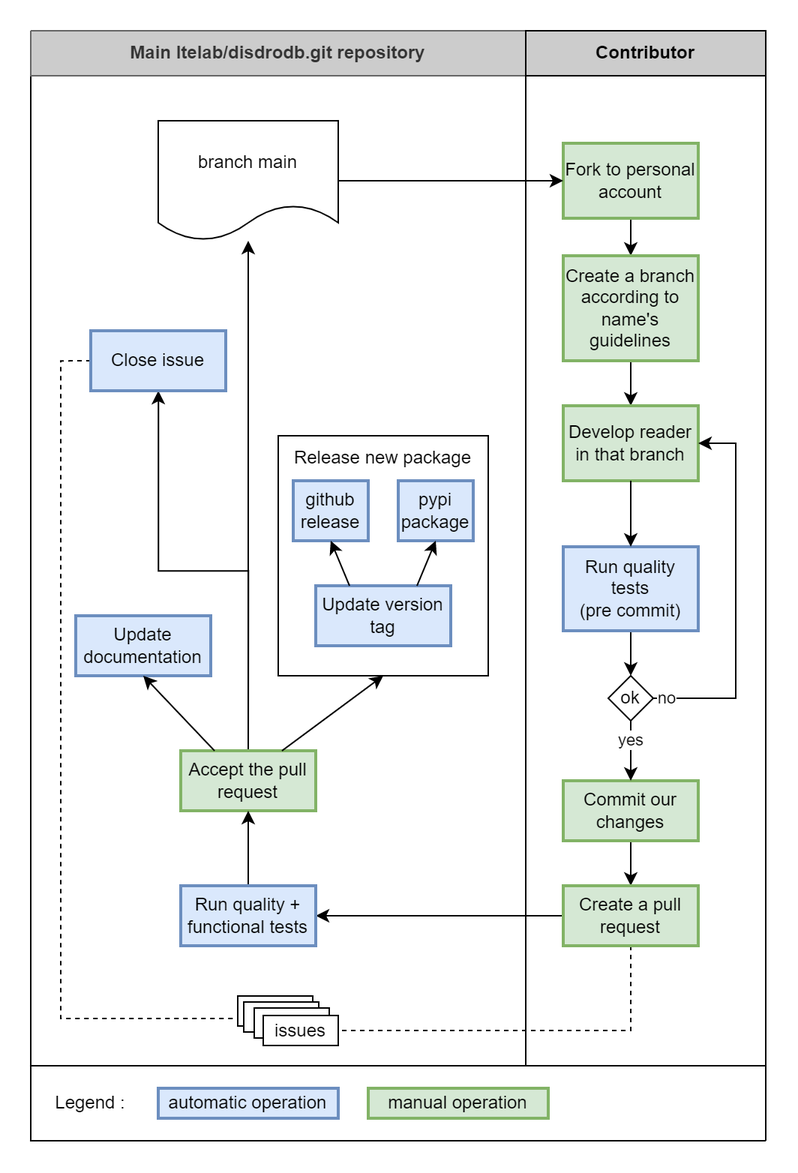
Before: docs/source/static/collaborative_process.png, a diagram exported from draw.io (ltelab/disdrodb). Source tidied: cells renumbered, new cells last; positions are measured from the earlier drawing's top-left corner, leaving out a move shared by most shapes.
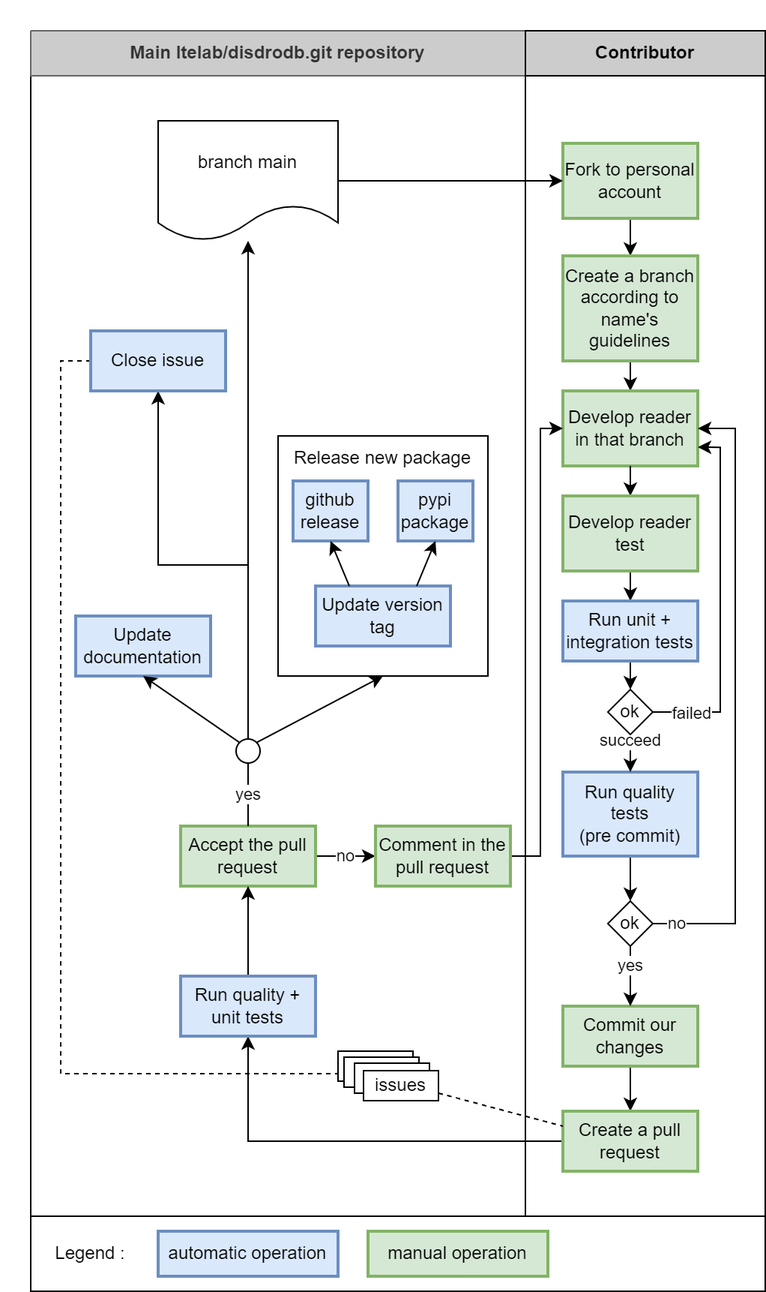
Above is the later version.

Commit message:
:memo: Update documentation ton include test process

The edit, as a diff of the source:
```diff
@@ -3,31 +3,31 @@
     <mxCell id="0" />
     <mxCell id="1" parent="0" />
     <mxCell id="2" style="rounded=0;whiteSpace=wrap;html=1;" parent="1" vertex="1">
-      <mxGeometry x="20" y="710" width="490" height="50" as="geometry" />
+      <mxGeometry x="690" y="830" width="490" height="50" as="geometry" />
     </mxCell>
     <mxCell id="3" style="rounded=0;whiteSpace=wrap;html=1;" parent="1" vertex="1">
-      <mxGeometry x="350" y="50" width="160" height="660" as="geometry" />
+      <mxGeometry x="1020" y="70" width="160" height="760" as="geometry" />
     </mxCell>
     <mxCell id="4" style="rounded=0;whiteSpace=wrap;html=1;" parent="1" vertex="1">
-      <mxGeometry x="20" y="50" width="330" height="660" as="geometry" />
+      <mxGeometry x="690" y="70" width="330" height="760" as="geometry" />
     </mxCell>
     <mxCell id="5" style="rounded=0;whiteSpace=wrap;html=1;" parent="1" vertex="1">
-      <mxGeometry x="185" y="290" width="140" height="160" as="geometry" />
+      <mxGeometry x="855" y="310" width="140" height="160" as="geometry" />
     </mxCell>
     <mxCell id="6" style="edgeStyle=orthogonalEdgeStyle;rounded=0;jettySize=auto;html=1;exitX=0.5;exitY=1;exitDx=0;exitDy=0;entryX=0.5;entryY=0;entryDx=0;entryDy=0;" parent="1" edge="1" source="7" target="13">
       <mxGeometry relative="1" as="geometry" />
     </mxCell>
     <mxCell id="7" value="Fork to personal account" style="rounded=0;whiteSpace=wrap;html=1;absoluteArcSize=1;arcSize=14;strokeWidth=2;fillColor=#d5e8d4;strokeColor=#82b366;" parent="1" vertex="1">
-      <mxGeometry x="375" y="95" width="90" height="50" as="geometry" />
+      <mxGeometry x="1045" y="115" width="90" height="50" as="geometry" />
     </mxCell>
     <mxCell id="8" value="branch main" style="shape=document;whiteSpace=wrap;html=1;boundedLbl=1;rounded=0;" parent="1" vertex="1">
-      <mxGeometry x="105" y="80" width="120" height="80" as="geometry" />
+      <mxGeometry x="775" y="100" width="120" height="80" as="geometry" />
     </mxCell>
     <mxCell id="9" value="&lt;b&gt;Main ltelab/disdrodb.git repository&lt;/b&gt;" style="rounded=0;whiteSpace=wrap;html=1;fillColor=#CCCCCC;fontColor=#333333;strokeColor=#666666;" parent="1" vertex="1">
-      <mxGeometry x="20" y="20" width="330" height="30" as="geometry" />
+      <mxGeometry x="690" y="40" width="330" height="30" as="geometry" />
     </mxCell>
     <mxCell id="10" value="&lt;b&gt;Contributor&lt;/b&gt;" style="rounded=0;whiteSpace=wrap;html=1;fillColor=#CCCCCC;" parent="1" vertex="1">
-      <mxGeometry x="350" y="20" width="160" height="30" as="geometry" />
+      <mxGeometry x="1020" y="40" width="160" height="30" as="geometry" />
     </mxCell>
     <mxCell id="11" style="endArrow=classic;html=1;rounded=0;exitX=1;exitY=0.5;exitDx=0;exitDy=0;entryX=0;entryY=0.5;entryDx=0;entryDy=0;" parent="1" edge="1" source="8" target="7">
       <mxGeometry relative="1" as="geometry" />
@@ -36,72 +36,72 @@
       <mxGeometry relative="1" as="geometry" />
     </mxCell>
     <mxCell id="13" value="Create a branch according to name's guidelines" style="rounded=0;whiteSpace=wrap;html=1;absoluteArcSize=1;arcSize=14;strokeWidth=2;fillColor=#d5e8d4;strokeColor=#82b366;" parent="1" vertex="1">
-      <mxGeometry x="375" y="170" width="90" height="70" as="geometry" />
+      <mxGeometry x="1045" y="190" width="90" height="70" as="geometry" />
     </mxCell>
     <mxCell id="14" value="Develop reader in that branch" style="rounded=0;whiteSpace=wrap;html=1;absoluteArcSize=1;arcSize=14;strokeWidth=2;fillColor=#d5e8d4;strokeColor=#82b366;" parent="1" vertex="1">
-      <mxGeometry x="375" y="270" width="90" height="50" as="geometry" />
+      <mxGeometry x="1045" y="280" width="90" height="50" as="geometry" />
     </mxCell>
-    <mxCell id="15" style="edgeStyle=orthogonalEdgeStyle;rounded=0;jettySize=auto;html=1;exitX=0.5;exitY=1;exitDx=0;exitDy=0;" parent="1" edge="1" source="16" target="19">
+    <mxCell id="15" style="edgeStyle=orthogonalEdgeStyle;rounded=0;jettySize=auto;html=1;exitX=0.5;exitY=1;exitDx=0;exitDy=0;" parent="1" edge="1" source="16" target="18">
       <mxGeometry relative="1" as="geometry" />
     </mxCell>
     <mxCell id="16" value="Commit our changes" style="rounded=0;whiteSpace=wrap;html=1;absoluteArcSize=1;arcSize=14;strokeWidth=2;fillColor=#d5e8d4;strokeColor=#82b366;" parent="1" vertex="1">
-      <mxGeometry x="375" y="520" width="90" height="40" as="geometry" />
+      <mxGeometry x="1045" y="690" width="90" height="40" as="geometry" />
     </mxCell>
-    <mxCell id="17" style="edgeStyle=orthogonalEdgeStyle;rounded=0;jettySize=auto;html=1;exitX=0;exitY=0.5;exitDx=0;exitDy=0;entryX=1;entryY=0.5;entryDx=0;entryDy=0;" parent="1" edge="1" source="19" target="50">
+    <mxCell id="17" style="edgeStyle=orthogonalEdgeStyle;rounded=0;jettySize=auto;html=1;exitX=0;exitY=0.5;exitDx=0;exitDy=0;entryX=0.5;entryY=1;entryDx=0;entryDy=0;" parent="1" edge="1" source="18" target="58">
       <mxGeometry relative="1" as="geometry" />
     </mxCell>
-    <mxCell id="18" style="edgeStyle=orthogonalEdgeStyle;rounded=0;jettySize=auto;html=1;exitX=0.5;exitY=1;exitDx=0;exitDy=0;entryX=1;entryY=0.5;entryDx=0;entryDy=0;endArrow=none;endFill=0;dashed=1;" parent="1" edge="1" source="19" target="44">
-      <mxGeometry relative="1" as="geometry" />
+    <mxCell id="18" value="Create a pull request" style="rounded=0;whiteSpace=wrap;html=1;absoluteArcSize=1;arcSize=14;strokeWidth=2;fillColor=#d5e8d4;strokeColor=#82b366;" parent="1" vertex="1">
+      <mxGeometry x="1045" y="760" width="90" height="40" as="geometry" />
     </mxCell>
-    <mxCell id="19" value="Create a pull request" style="rounded=0;whiteSpace=wrap;html=1;absoluteArcSize=1;arcSize=14;strokeWidth=2;fillColor=#d5e8d4;strokeColor=#82b366;" parent="1" vertex="1">
-      <mxGeometry x="375" y="590" width="90" height="40" as="geometry" />
+    <mxCell id="19" style="edgeStyle=orthogonalEdgeStyle;rounded=0;jettySize=auto;html=1;exitX=0.5;exitY=0;exitDx=0;exitDy=0;" parent="1" edge="1" source="22" target="8">
+      <mxGeometry relative="1" as="geometry" />
     </mxCell>
-    <mxCell id="20" style="edgeStyle=orthogonalEdgeStyle;rounded=0;jettySize=auto;html=1;exitX=0.5;exitY=0;exitDx=0;exitDy=0;" parent="1" edge="1" source="22" target="8">
+    <mxCell id="20" style="edgeStyle=orthogonalEdgeStyle;rounded=0;jettySize=auto;html=1;exitX=0.5;exitY=0;exitDx=0;exitDy=0;startArrow=none;" parent="1" edge="1" source="59" target="47">
       <mxGeometry relative="1" as="geometry" />
     </mxCell>
-    <mxCell id="21" style="edgeStyle=orthogonalEdgeStyle;rounded=0;jettySize=auto;html=1;exitX=0.5;exitY=0;exitDx=0;exitDy=0;" parent="1" edge="1" source="22" target="46">
+    <mxCell id="21" value="no" style="edgeStyle=orthogonalEdgeStyle;rounded=0;jettySize=auto;html=1;exitX=1;exitY=0.5;exitDx=0;exitDy=0;entryX=0;entryY=0.5;entryDx=0;entryDy=0;" parent="1" edge="1" source="22" target="62">
       <mxGeometry relative="1" as="geometry" />
     </mxCell>
     <mxCell id="22" value="Accept the pull request" style="rounded=0;whiteSpace=wrap;html=1;absoluteArcSize=1;arcSize=14;strokeWidth=2;fillColor=#d5e8d4;strokeColor=#82b366;" parent="1" vertex="1">
-      <mxGeometry x="120" y="500" width="90" height="40" as="geometry" />
+      <mxGeometry x="790" y="570" width="90" height="40" as="geometry" />
     </mxCell>
     <mxCell id="23" value="github release" style="rounded=0;whiteSpace=wrap;html=1;absoluteArcSize=1;arcSize=14;strokeWidth=2;fillColor=#dae8fc;strokeColor=#6c8ebf;" parent="1" vertex="1">
-      <mxGeometry x="195" y="320" width="50" height="40" as="geometry" />
+      <mxGeometry x="865" y="340" width="50" height="40" as="geometry" />
     </mxCell>
     <mxCell id="24" value="Update documentation" style="rounded=0;whiteSpace=wrap;html=1;absoluteArcSize=1;arcSize=14;strokeWidth=2;fillColor=#dae8fc;strokeColor=#6c8ebf;" parent="1" vertex="1">
-      <mxGeometry x="50" y="410" width="90" height="40" as="geometry" />
+      <mxGeometry x="720" y="430" width="90" height="40" as="geometry" />
     </mxCell>
     <mxCell id="25" style="edgeStyle=orthogonalEdgeStyle;rounded=0;jettySize=auto;html=1;exitX=0.5;exitY=1;exitDx=0;exitDy=0;entryX=0.5;entryY=0;entryDx=0;entryDy=0;" parent="1" edge="1" source="26" target="29">
       <mxGeometry relative="1" as="geometry" />
     </mxCell>
     <mxCell id="26" value="Run quality tests&lt;br&gt;(pre commit)" style="rounded=0;whiteSpace=wrap;html=1;absoluteArcSize=1;arcSize=14;strokeWidth=2;fillColor=#dae8fc;strokeColor=#6c8ebf;" parent="1" vertex="1">
-      <mxGeometry x="375" y="364" width="90" height="56" as="geometry" />
+      <mxGeometry x="1045" y="534" width="90" height="56" as="geometry" />
     </mxCell>
-    <mxCell id="27" style="endArrow=classic;html=1;rounded=0;exitX=0.5;exitY=1;exitDx=0;exitDy=0;entryX=0.5;entryY=0;entryDx=0;entryDy=0;" parent="1" edge="1" source="14" target="26">
+    <mxCell id="27" style="endArrow=classic;html=1;rounded=0;exitX=0.5;exitY=1;exitDx=0;exitDy=0;" parent="1" edge="1" source="14" target="50">
       <mxGeometry relative="1" as="geometry" />
     </mxCell>
     <mxCell id="28" value="no" style="edgeStyle=orthogonalEdgeStyle;rounded=0;jettySize=auto;html=1;exitX=1;exitY=0.5;exitDx=0;exitDy=0;entryX=1;entryY=0.5;entryDx=0;entryDy=0;" parent="1" edge="1" source="29" target="14">
       <mxGeometry x="-0.92" relative="1" as="geometry">
         <Array as="points">
-          <mxPoint x="490" y="465" />
-          <mxPoint x="490" y="295" />
+          <mxPoint x="1160" y="635" />
+          <mxPoint x="1160" y="305" />
         </Array>
       </mxGeometry>
     </mxCell>
     <mxCell id="29" value="ok" style="rhombus;whiteSpace=wrap;html=1;rounded=0;" parent="1" vertex="1">
-      <mxGeometry x="405" y="450" width="30" height="30" as="geometry" />
+      <mxGeometry x="1075" y="620" width="30" height="30" as="geometry" />
     </mxCell>
     <mxCell id="30" value="yes" style="endArrow=classic;html=1;rounded=0;exitX=0.5;exitY=1;exitDx=0;exitDy=0;entryX=0.5;entryY=0;entryDx=0;entryDy=0;" parent="1" edge="1" source="29" target="16">
       <mxGeometry x="-0.33" relative="1" as="geometry" />
     </mxCell>
     <mxCell id="31" value="Update version tag" style="rounded=0;whiteSpace=wrap;html=1;absoluteArcSize=1;arcSize=14;strokeWidth=2;fillColor=#dae8fc;strokeColor=#6c8ebf;" parent="1" vertex="1">
-      <mxGeometry x="210" y="390" width="90" height="40" as="geometry" />
+      <mxGeometry x="880" y="410" width="90" height="40" as="geometry" />
     </mxCell>
     <mxCell id="32" value="Release new package" style="text;html=1;strokeColor=none;fillColor=none;align=center;verticalAlign=middle;whiteSpace=wrap;rounded=0;" parent="1" vertex="1">
-      <mxGeometry x="180" y="290" width="150" height="30" as="geometry" />
+      <mxGeometry x="850" y="310" width="150" height="30" as="geometry" />
     </mxCell>
     <mxCell id="33" value="pypi package" style="rounded=0;whiteSpace=wrap;html=1;absoluteArcSize=1;arcSize=14;strokeWidth=2;fillColor=#dae8fc;strokeColor=#6c8ebf;" parent="1" vertex="1">
-      <mxGeometry x="265" y="320" width="50" height="40" as="geometry" />
+      <mxGeometry x="935" y="340" width="50" height="40" as="geometry" />
     </mxCell>
     <mxCell id="34" style="endArrow=classic;html=1;rounded=0;entryX=0.5;entryY=1;entryDx=0;entryDy=0;exitX=0.25;exitY=0;exitDx=0;exitDy=0;" parent="1" edge="1" source="31" target="23">
       <mxGeometry relative="1" as="geometry" />
@@ -109,50 +109,98 @@
     <mxCell id="35" style="endArrow=classic;html=1;rounded=0;exitX=0.75;exitY=0;exitDx=0;exitDy=0;entryX=0.5;entryY=1;entryDx=0;entryDy=0;" parent="1" edge="1" source="31" target="33">
       <mxGeometry relative="1" as="geometry" />
     </mxCell>
-    <mxCell id="36" style="endArrow=classic;html=1;rounded=0;entryX=0.5;entryY=1;entryDx=0;entryDy=0;exitX=0.75;exitY=0;exitDx=0;exitDy=0;" parent="1" edge="1" source="22" target="5">
+    <mxCell id="36" style="endArrow=classic;html=1;rounded=0;entryX=0.5;entryY=1;entryDx=0;entryDy=0;exitX=1;exitY=0;exitDx=0;exitDy=0;" parent="1" edge="1" source="59" target="5">
       <mxGeometry relative="1" as="geometry" />
     </mxCell>
-    <mxCell id="37" style="endArrow=classic;html=1;rounded=0;entryX=0.5;entryY=1;entryDx=0;entryDy=0;exitX=0.25;exitY=0;exitDx=0;exitDy=0;" parent="1" edge="1" source="22" target="24">
+    <mxCell id="37" style="endArrow=classic;html=1;rounded=0;entryX=0.5;entryY=1;entryDx=0;entryDy=0;exitX=0;exitY=0;exitDx=0;exitDy=0;" parent="1" edge="1" source="59" target="24">
       <mxGeometry relative="1" as="geometry" />
     </mxCell>
     <mxCell id="38" value="Legend :" style="text;html=1;strokeColor=none;fillColor=none;align=center;verticalAlign=middle;whiteSpace=wrap;rounded=0;" parent="1" vertex="1">
-      <mxGeometry x="30" y="720" width="60" height="30" as="geometry" />
+      <mxGeometry x="700" y="840" width="60" height="30" as="geometry" />
     </mxCell>
     <mxCell id="39" value="automatic operation" style="rounded=0;whiteSpace=wrap;html=1;absoluteArcSize=1;arcSize=14;strokeWidth=2;fillColor=#dae8fc;strokeColor=#6c8ebf;" parent="1" vertex="1">
-      <mxGeometry x="105" y="725" width="120" height="20" as="geometry" />
+      <mxGeometry x="775" y="840" width="120" height="30" as="geometry" />
     </mxCell>
     <mxCell id="40" value="manual operation" style="rounded=0;whiteSpace=wrap;html=1;absoluteArcSize=1;arcSize=14;strokeWidth=2;fillColor=#d5e8d4;strokeColor=#82b366;" parent="1" vertex="1">
-      <mxGeometry x="245" y="725" width="120" height="20" as="geometry" />
+      <mxGeometry x="915" y="840" width="120" height="30" as="geometry" />
     </mxCell>
     <mxCell id="41" value="issues" style="rounded=0;whiteSpace=wrap;html=1;" parent="1" vertex="1">
-      <mxGeometry x="158" y="663.5" width="50" height="20" as="geometry" />
+      <mxGeometry x="895" y="720" width="50" height="20" as="geometry" />
     </mxCell>
     <mxCell id="42" value="issues" style="rounded=0;whiteSpace=wrap;html=1;" parent="1" vertex="1">
-      <mxGeometry x="162" y="667.5" width="50" height="20" as="geometry" />
+      <mxGeometry x="899" y="724" width="50" height="20" as="geometry" />
     </mxCell>
     <mxCell id="43" value="issues" style="rounded=0;whiteSpace=wrap;html=1;" parent="1" vertex="1">
-      <mxGeometry x="169" y="671.5" width="50" height="20" as="geometry" />
+      <mxGeometry x="906" y="728" width="50" height="20" as="geometry" />
     </mxCell>
     <mxCell id="44" value="issues" style="rounded=0;whiteSpace=wrap;html=1;" parent="1" vertex="1">
-      <mxGeometry x="175" y="676.5" width="50" height="20" as="geometry" />
+      <mxGeometry x="912" y="733" width="50" height="20" as="geometry" />
     </mxCell>
-    <mxCell id="45" style="edgeStyle=orthogonalEdgeStyle;rounded=0;jettySize=auto;html=1;exitX=0;exitY=0.5;exitDx=0;exitDy=0;entryX=0;entryY=0.75;entryDx=0;entryDy=0;dashed=1;endArrow=none;endFill=0;" parent="1" edge="1" source="46" target="41">
+    <mxCell id="45" style="endArrow=none;dashed=1;html=1;strokeWidth=1;rounded=0;exitX=1;exitY=0.75;exitDx=0;exitDy=0;entryX=0;entryY=0.25;entryDx=0;entryDy=0;" parent="1" edge="1" source="44" target="18">
       <mxGeometry relative="1" as="geometry" />
     </mxCell>
-    <mxCell id="46" value="Close issue" style="rounded=0;whiteSpace=wrap;html=1;absoluteArcSize=1;arcSize=14;strokeWidth=2;fillColor=#dae8fc;strokeColor=#6c8ebf;" parent="1" vertex="1">
-      <mxGeometry x="60" y="220" width="90" height="40" as="geometry" />
+    <mxCell id="46" style="edgeStyle=orthogonalEdgeStyle;rounded=0;jettySize=auto;html=1;exitX=0;exitY=0.5;exitDx=0;exitDy=0;entryX=0;entryY=0.75;entryDx=0;entryDy=0;dashed=1;endArrow=none;endFill=0;" parent="1" edge="1" source="47" target="41">
+      <mxGeometry relative="1" as="geometry" />
     </mxCell>
-    <mxCell id="47" style="rounded=0;whiteSpace=wrap;html=1;fillColor=default;strokeColor=none;" parent="1" vertex="1">
-      <mxGeometry width="20" height="20" as="geometry" />
+    <mxCell id="47" value="Close issue" style="rounded=0;whiteSpace=wrap;html=1;absoluteArcSize=1;arcSize=14;strokeWidth=2;fillColor=#dae8fc;strokeColor=#6c8ebf;" parent="1" vertex="1">
+      <mxGeometry x="730" y="240" width="90" height="40" as="geometry" />
     </mxCell>
     <mxCell id="48" style="rounded=0;whiteSpace=wrap;html=1;fillColor=default;strokeColor=none;" parent="1" vertex="1">
-      <mxGeometry x="510" y="760" width="20" height="20" as="geometry" />
+      <mxGeometry x="670" y="20" width="20" height="20" as="geometry" />
     </mxCell>
-    <mxCell id="49" style="edgeStyle=orthogonalEdgeStyle;rounded=0;jettySize=auto;html=1;exitX=0.5;exitY=0;exitDx=0;exitDy=0;entryX=0.5;entryY=1;entryDx=0;entryDy=0;endArrow=classic;endFill=1;strokeWidth=1;" parent="1" edge="1" source="50" target="22">
+    <mxCell id="49" style="edgeStyle=orthogonalEdgeStyle;rounded=0;jettySize=auto;html=1;exitX=0.5;exitY=1;exitDx=0;exitDy=0;entryX=0.5;entryY=0;entryDx=0;entryDy=0;" parent="1" edge="1" source="50" target="52">
       <mxGeometry relative="1" as="geometry" />
     </mxCell>
-    <mxCell id="50" value="Run quality + functional tests" style="rounded=0;whiteSpace=wrap;html=1;absoluteArcSize=1;arcSize=14;strokeWidth=2;fillColor=#dae8fc;strokeColor=#6c8ebf;" parent="1" vertex="1">
-      <mxGeometry x="120" y="590" width="90" height="40" as="geometry" />
+    <mxCell id="50" value="Develop reader test" style="rounded=0;whiteSpace=wrap;html=1;absoluteArcSize=1;arcSize=14;strokeWidth=2;fillColor=#d5e8d4;strokeColor=#82b366;" parent="1" vertex="1">
+      <mxGeometry x="1045" y="350" width="90" height="50" as="geometry" />
     </mxCell>
+    <mxCell id="51" style="edgeStyle=orthogonalEdgeStyle;rounded=0;jettySize=auto;html=1;exitX=0.5;exitY=1;exitDx=0;exitDy=0;entryX=0.5;entryY=0;entryDx=0;entryDy=0;" parent="1" edge="1" source="52" target="56">
+      <mxGeometry relative="1" as="geometry" />
+    </mxCell>
+    <mxCell id="52" value="Run unit + integration tests" style="rounded=0;whiteSpace=wrap;html=1;absoluteArcSize=1;arcSize=14;strokeWidth=2;fillColor=#dae8fc;strokeColor=#6c8ebf;" parent="1" vertex="1">
+      <mxGeometry x="1045" y="420" width="90" height="40" as="geometry" />
+    </mxCell>
+    <mxCell id="53" value="succeed" style="edgeStyle=orthogonalEdgeStyle;rounded=0;jettySize=auto;html=1;exitX=0.5;exitY=1;exitDx=0;exitDy=0;entryX=0.5;entryY=0;entryDx=0;entryDy=0;" parent="1" edge="1" source="56" target="26">
+      <mxGeometry x="-0.6" relative="1" as="geometry" />
+    </mxCell>
+    <mxCell id="54" style="edgeStyle=orthogonalEdgeStyle;rounded=0;jettySize=auto;html=1;exitX=1;exitY=0.5;exitDx=0;exitDy=0;entryX=1;entryY=0.75;entryDx=0;entryDy=0;" parent="1" edge="1" source="56" target="14">
+      <mxGeometry relative="1" as="geometry">
+        <Array as="points">
+          <mxPoint x="1150" y="494" />
+          <mxPoint x="1150" y="318" />
+        </Array>
+      </mxGeometry>
+    </mxCell>
+    <mxCell id="55" value="failed" style="edgeLabel;html=1;align=center;verticalAlign=middle;" parent="54" vertex="1">
+      <mxGeometry x="-0.83" relative="1" as="geometry">
+        <mxPoint x="5" as="offset" />
+      </mxGeometry>
+    </mxCell>
+    <mxCell id="56" value="ok" style="rhombus;whiteSpace=wrap;html=1;rounded=0;" parent="1" vertex="1">
+      <mxGeometry x="1075" y="479" width="30" height="30" as="geometry" />
+    </mxCell>
+    <mxCell id="57" style="edgeStyle=orthogonalEdgeStyle;rounded=0;jettySize=auto;html=1;exitX=0.5;exitY=0;exitDx=0;exitDy=0;entryX=0.5;entryY=1;entryDx=0;entryDy=0;endArrow=classic;endFill=1;strokeWidth=1;startArrow=none;" parent="1" edge="1" source="58" target="22">
+      <mxGeometry relative="1" as="geometry" />
+    </mxCell>
+    <mxCell id="58" value="Run quality + unit tests" style="rounded=0;whiteSpace=wrap;html=1;absoluteArcSize=1;arcSize=14;strokeWidth=2;fillColor=#dae8fc;strokeColor=#6c8ebf;" parent="1" vertex="1">
+      <mxGeometry x="790" y="670" width="90" height="40" as="geometry" />
+    </mxCell>
+    <mxCell id="59" style="ellipse;whiteSpace=wrap;html=1;" parent="1" vertex="1">
+      <mxGeometry x="827" y="512" width="16" height="16" as="geometry" />
+    </mxCell>
+    <mxCell id="60" value="yes" style="edgeStyle=orthogonalEdgeStyle;rounded=0;jettySize=auto;html=1;exitX=0.5;exitY=0;exitDx=0;exitDy=0;endArrow=none;" parent="1" edge="1" source="22" target="59">
+      <mxGeometry relative="1" as="geometry" />
+    </mxCell>
+    <mxCell id="61" style="edgeStyle=orthogonalEdgeStyle;rounded=0;jettySize=auto;html=1;exitX=1;exitY=0.5;exitDx=0;exitDy=0;entryX=0;entryY=0.5;entryDx=0;entryDy=0;" parent="1" edge="1" source="62" target="14">
+      <mxGeometry relative="1" as="geometry">
+        <Array as="points">
+          <mxPoint x="1030" y="590" />
+          <mxPoint x="1030" y="305" />
+        </Array>
+      </mxGeometry>
+    </mxCell>
+    <mxCell id="62" value="Comment in the pull request" style="rounded=0;whiteSpace=wrap;html=1;absoluteArcSize=1;arcSize=14;strokeWidth=2;fillColor=#d5e8d4;strokeColor=#82b366;" parent="1" vertex="1">
+      <mxGeometry x="920" y="570" width="90" height="40" as="geometry" />
+    </mxCell>
   </root>
 </mxGraphModel>
```
